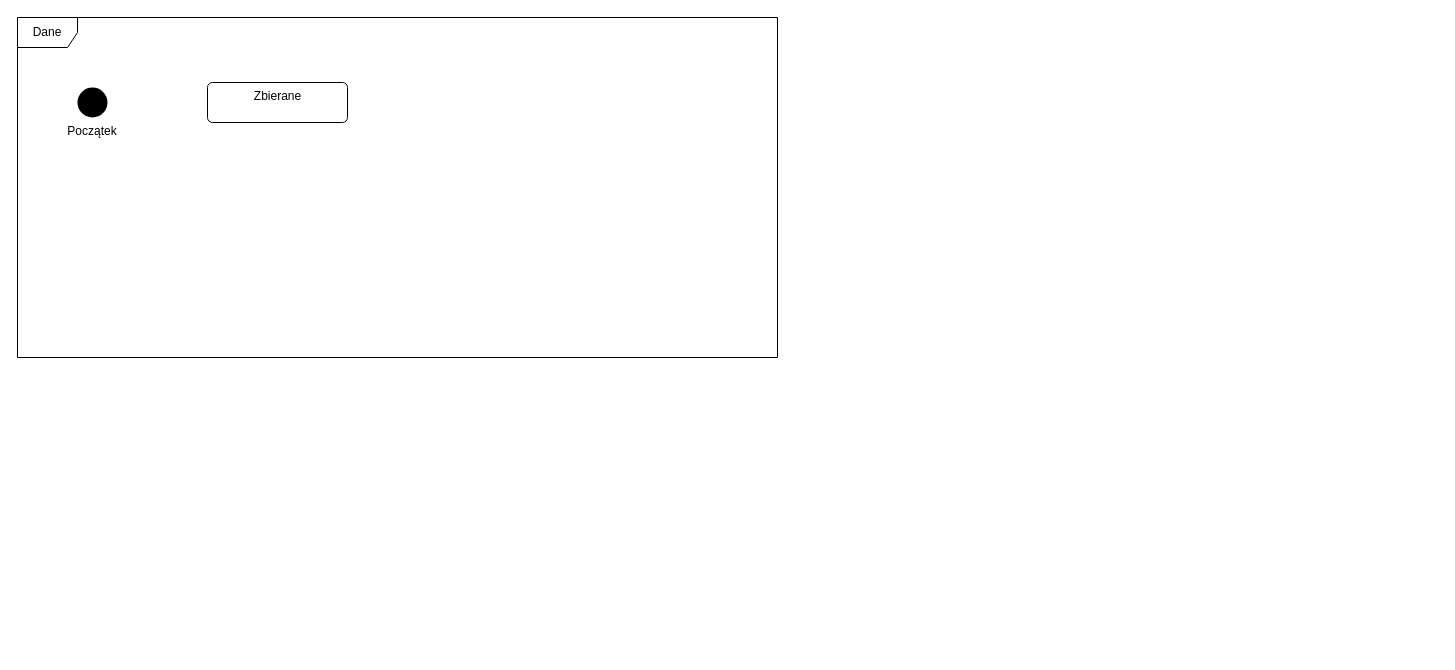
Above: page "stany" (4 of 5) of uml_pozar_lasu.drawio in broniuu/projekt_inzynieria (draw.io), before the change. Source tidied: cells renumbered, new cells numbered last; positions are measured from the earlier drawing's top-left corner, leaving out a move shared by most shapes. Both pictures are drawn from the tidied source at 100%, with x=0, y=0 at pixel (17, 17).
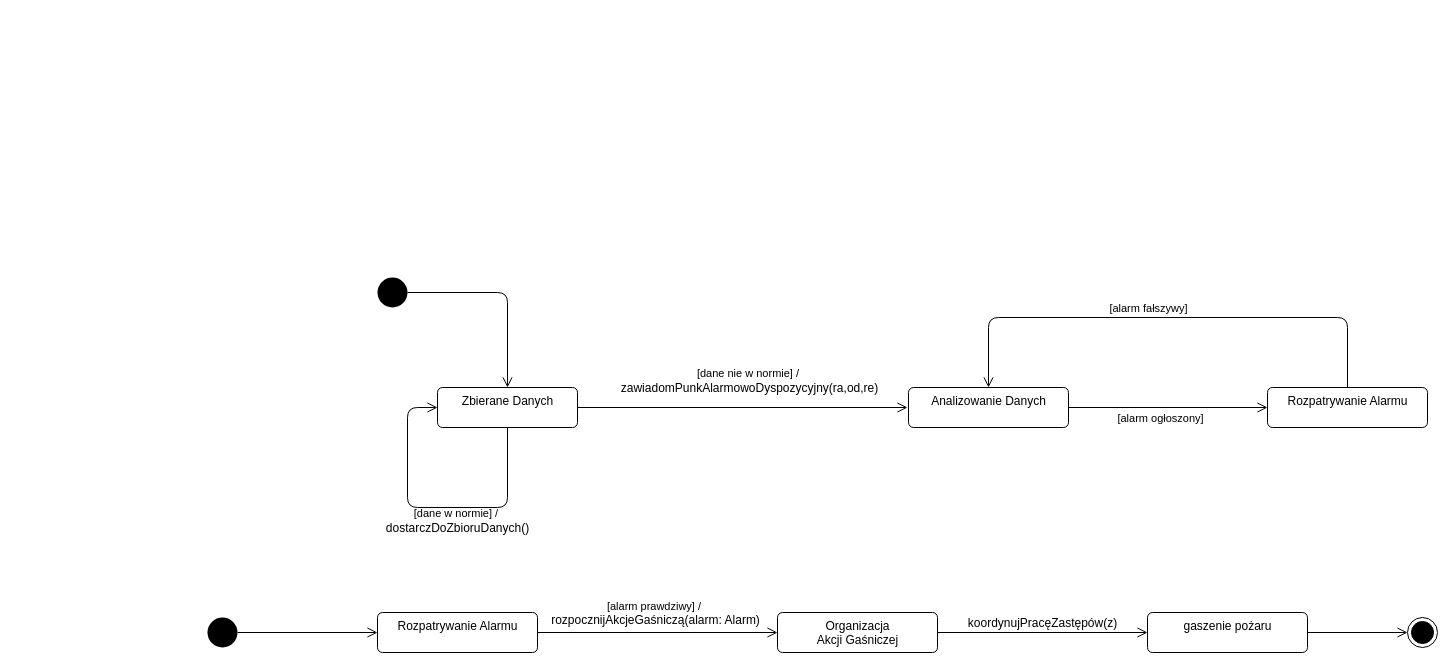
The same page after the edit.

The edit, as a diff of the source:
```diff
@@
-    <mxCell id="2" value="Dane" style="shape=umlFrame;whiteSpace=wrap;html=1;" parent="1" vertex="1">
-      <mxGeometry width="760" height="340" as="geometry" />
-    </mxCell>
-    <mxCell id="3" value="&#10;&#10;&#10;&#10;Początek" style="ellipse;fillColor=#000000;strokeColor=none;" parent="1" vertex="1">
-      <mxGeometry x="60" y="70" width="30" height="30" as="geometry" />
+    <mxCell id="3" style="ellipse;fillColor=#000000;strokeColor=none;" parent="1" vertex="1">
+      <mxGeometry x="360" y="260" width="30" height="30" as="geometry" />
     </mxCell>
-    <mxCell id="4" value="Zbierane" style="html=1;align=center;verticalAlign=top;rounded=1;absoluteArcSize=1;arcSize=10;dashed=0;" parent="1" vertex="1">
-      <mxGeometry x="190" y="65" width="140" height="40" as="geometry" />
+    <mxCell id="4" value="Zbierane Danych" style="html=1;align=center;verticalAlign=top;rounded=1;absoluteArcSize=1;arcSize=10;dashed=0;" parent="1" vertex="1">
+      <mxGeometry x="420" y="370" width="140" height="40" as="geometry" />
     </mxCell>
+    <mxCell id="5" style="endArrow=open;startArrow=none;endFill=0;startFill=0;endSize=8;html=1;verticalAlign=bottom;labelBackgroundColor=none;strokeWidth=1;exitX=1;exitY=0.5;exitDx=0;exitDy=0;entryX=0.5;entryY=0;entryDx=0;entryDy=0;" parent="1" edge="1" source="3" target="4">
+      <mxGeometry relative="1" as="geometry">
+        <Array as="points">
+          <mxPoint x="490" y="275" />
+        </Array>
+      </mxGeometry>
+    </mxCell>
+    <mxCell id="6" value="Analizowanie Danych" style="html=1;align=center;verticalAlign=top;rounded=1;absoluteArcSize=1;arcSize=10;dashed=0;" parent="1" vertex="1">
+      <mxGeometry x="891" y="370" width="160" height="40" as="geometry" />
+    </mxCell>
+    <mxCell id="7" value="[dane nie w normie] /&amp;nbsp;&lt;br&gt;&lt;span style=&quot;font-size: 12px ; text-align: left&quot;&gt;zawiadomPunkAlarmowoDyspozycyjny(&lt;/span&gt;&lt;span style=&quot;font-size: 12px ; text-align: left&quot;&gt;ra,&lt;/span&gt;&lt;span style=&quot;font-size: 12px ; text-align: left&quot;&gt;od,&lt;/span&gt;&lt;span style=&quot;font-size: 12px ; text-align: left&quot;&gt;re)&lt;/span&gt;" style="endArrow=open;startArrow=none;endFill=0;startFill=0;endSize=8;html=1;verticalAlign=bottom;labelBackgroundColor=none;strokeWidth=1;exitX=1;exitY=0.5;exitDx=0;exitDy=0;" parent="1" edge="1" source="4">
+      <mxGeometry x="0.04" y="10" relative="1" as="geometry">
+        <mxPoint x="890" y="390" as="targetPoint" />
+      </mxGeometry>
+    </mxCell>
+    <mxCell id="8" value="Rozpatrywanie Alarmu" style="html=1;align=center;verticalAlign=top;rounded=1;absoluteArcSize=1;arcSize=10;dashed=0;" parent="1" vertex="1">
+      <mxGeometry x="1250" y="370" width="160" height="40" as="geometry" />
+    </mxCell>
+    <mxCell id="9" style="endArrow=open;startArrow=none;endFill=0;startFill=0;endSize=8;html=1;verticalAlign=bottom;labelBackgroundColor=none;strokeWidth=1;exitX=1;exitY=0.5;exitDx=0;exitDy=0;" parent="1" edge="1" source="6">
+      <mxGeometry relative="1" as="geometry">
+        <mxPoint x="1250" y="390" as="targetPoint" />
+      </mxGeometry>
+    </mxCell>
+    <mxCell id="10" value="[alarm ogłoszony]" style="edgeLabel;html=1;align=center;verticalAlign=middle;" parent="9" vertex="1">
+      <mxGeometry x="-0.09" y="3" relative="1" as="geometry">
+        <mxPoint y="13" as="offset" />
+      </mxGeometry>
+    </mxCell>
+    <mxCell id="11" value="[dane w normie] /&amp;nbsp;&lt;br&gt;&lt;span style=&quot;font-size: 12px ; text-align: left&quot;&gt;dostarczDoZbioruDanych()&lt;/span&gt;" style="endArrow=open;startArrow=none;endFill=0;startFill=0;endSize=8;html=1;verticalAlign=bottom;labelBackgroundColor=none;strokeWidth=1;exitX=0.5;exitY=1;exitDx=0;exitDy=0;entryX=0;entryY=0.5;entryDx=0;entryDy=0;" parent="1" edge="1" source="4" target="4">
+      <mxGeometry x="-0.16" y="30" relative="1" as="geometry">
+        <Array as="points">
+          <mxPoint x="490" y="490" />
+          <mxPoint x="390" y="490" />
+          <mxPoint x="390" y="390" />
+        </Array>
+      </mxGeometry>
+    </mxCell>
+    <mxCell id="12" style="endArrow=open;startArrow=none;endFill=0;startFill=0;endSize=8;html=1;verticalAlign=bottom;labelBackgroundColor=none;strokeWidth=1;exitX=1;exitY=0.5;exitDx=0;exitDy=0;entryX=0;entryY=0.5;entryDx=0;entryDy=0;" parent="1" edge="1" source="17" target="14">
+      <mxGeometry relative="1" as="geometry" />
+    </mxCell>
+    <mxCell id="13" value="[alarm prawdziwy] /&amp;nbsp;&lt;br&gt;&lt;span style=&quot;font-size: 12px ; text-align: left&quot;&gt;rozpocznijAkcjeGaśniczą(alarm: Alarm)&lt;/span&gt;" style="edgeLabel;html=1;align=center;verticalAlign=middle;" parent="12" vertex="1">
+      <mxGeometry x="-0.23" y="3" relative="1" as="geometry">
+        <mxPoint x="25" y="-17" as="offset" />
+      </mxGeometry>
+    </mxCell>
+    <mxCell id="14" value="Organizacja&lt;br&gt;Akcji Gaśniczej" style="html=1;align=center;verticalAlign=top;rounded=1;absoluteArcSize=1;arcSize=10;dashed=0;" parent="1" vertex="1">
+      <mxGeometry x="760" y="595" width="160" height="40" as="geometry" />
+    </mxCell>
+    <mxCell id="15" value="&lt;span style=&quot;font-size: 12px ; text-align: left&quot;&gt;koordynujPracęZastępów(&lt;/span&gt;&lt;span style=&quot;font-size: 12px ; text-align: left&quot;&gt;z)&lt;/span&gt;" style="endArrow=open;startArrow=none;endFill=0;startFill=0;endSize=8;html=1;verticalAlign=bottom;labelBackgroundColor=none;strokeWidth=1;exitX=1;exitY=0.5;exitDx=0;exitDy=0;entryX=0;entryY=0.5;entryDx=0;entryDy=0;" parent="1" edge="1" source="14" target="16">
+      <mxGeometry relative="1" as="geometry" />
+    </mxCell>
+    <mxCell id="16" value="gaszenie pożaru" style="html=1;align=center;verticalAlign=top;rounded=1;absoluteArcSize=1;arcSize=10;dashed=0;" parent="1" vertex="1">
+      <mxGeometry x="1130" y="595" width="160" height="40" as="geometry" />
+    </mxCell>
+    <mxCell id="17" value="Rozpatrywanie Alarmu" style="html=1;align=center;verticalAlign=top;rounded=1;absoluteArcSize=1;arcSize=10;dashed=0;" parent="1" vertex="1">
+      <mxGeometry x="360" y="595" width="160" height="40" as="geometry" />
+    </mxCell>
+    <mxCell id="18" style="ellipse;fillColor=#000000;strokeColor=none;" parent="1" vertex="1">
+      <mxGeometry x="190" y="600" width="30" height="30" as="geometry" />
+    </mxCell>
+    <mxCell id="19" style="endArrow=open;startArrow=none;endFill=0;startFill=0;endSize=8;html=1;verticalAlign=bottom;labelBackgroundColor=none;strokeWidth=1;exitX=1;exitY=0.5;exitDx=0;exitDy=0;entryX=0;entryY=0.5;entryDx=0;entryDy=0;" parent="1" edge="1" source="18" target="17">
+      <mxGeometry relative="1" as="geometry" />
+    </mxCell>
+    <mxCell id="20" value="&lt;font color=&quot;#ba0000&quot; face=&quot;monospace&quot;&gt;&lt;span style=&quot;font-size: 0px&quot;&gt;Alarm Prawdziw&lt;/span&gt;&lt;/font&gt;" style="endArrow=open;startArrow=none;endFill=0;startFill=0;endSize=8;html=1;verticalAlign=bottom;labelBackgroundColor=none;strokeWidth=1;exitX=0.5;exitY=0;exitDx=0;exitDy=0;entryX=0.5;entryY=0;entryDx=0;entryDy=0;" parent="1" edge="1" source="8" target="6">
+      <mxGeometry relative="1" as="geometry">
+        <Array as="points">
+          <mxPoint x="1330" y="300" />
+          <mxPoint x="971" y="300" />
+        </Array>
+      </mxGeometry>
+    </mxCell>
+    <mxCell id="21" value="[alarm fałszywy]" style="edgeLabel;html=1;align=center;verticalAlign=middle;" parent="20" vertex="1">
+      <mxGeometry x="0.21" y="5" relative="1" as="geometry">
+        <mxPoint x="32" y="-15" as="offset" />
+      </mxGeometry>
+    </mxCell>
+    <mxCell id="22" style="ellipse;html=1;shape=endState;fillColor=#000000;strokeColor=#000000;" parent="1" vertex="1">
+      <mxGeometry x="1390" y="600" width="30" height="30" as="geometry" />
+    </mxCell>
+    <mxCell id="23" style="endArrow=open;startArrow=none;endFill=0;startFill=0;endSize=8;html=1;verticalAlign=bottom;labelBackgroundColor=none;strokeWidth=1;exitX=1;exitY=0.5;exitDx=0;exitDy=0;entryX=0;entryY=0.5;entryDx=0;entryDy=0;" parent="1" edge="1" source="16" target="22">
+      <mxGeometry relative="1" as="geometry" />
+    </mxCell>
```
